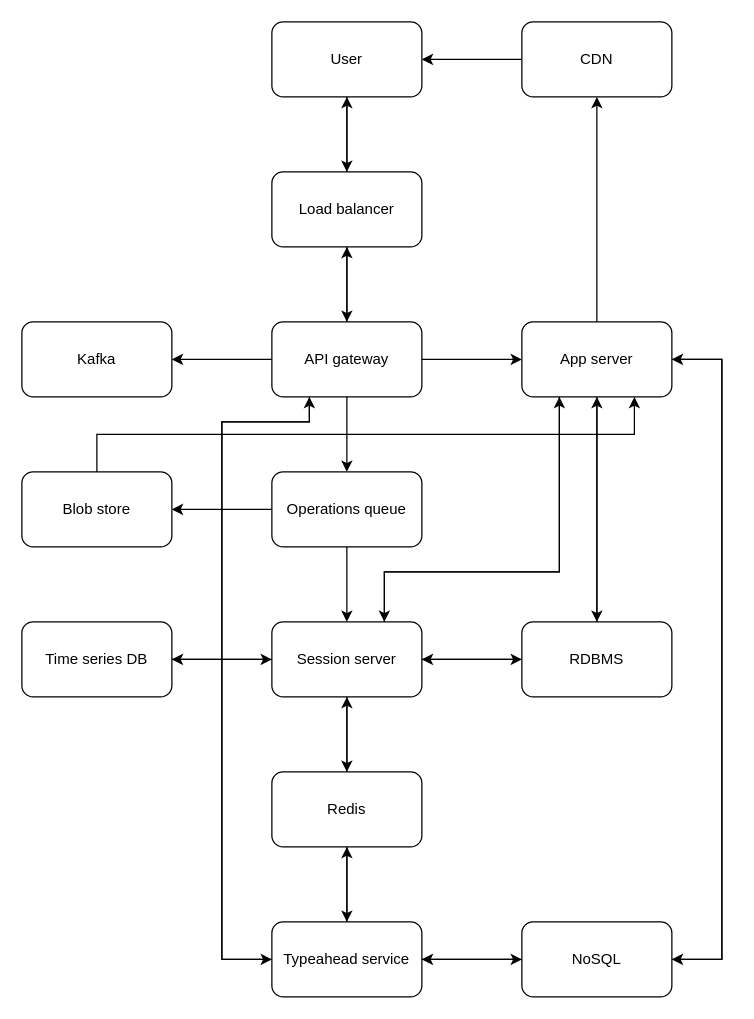
The draw.io diagram img/system-design/google-doc1.drawio in riehseun/riehseun.github.io, before the edit. Source tidied: cells renumbered, new cells numbered last; positions are measured from the earlier drawing's top-left corner, leaving out a move shared by most shapes. Both pictures are drawn from the tidied source at 125%, with x=0, y=0 at pixel (21, 21).
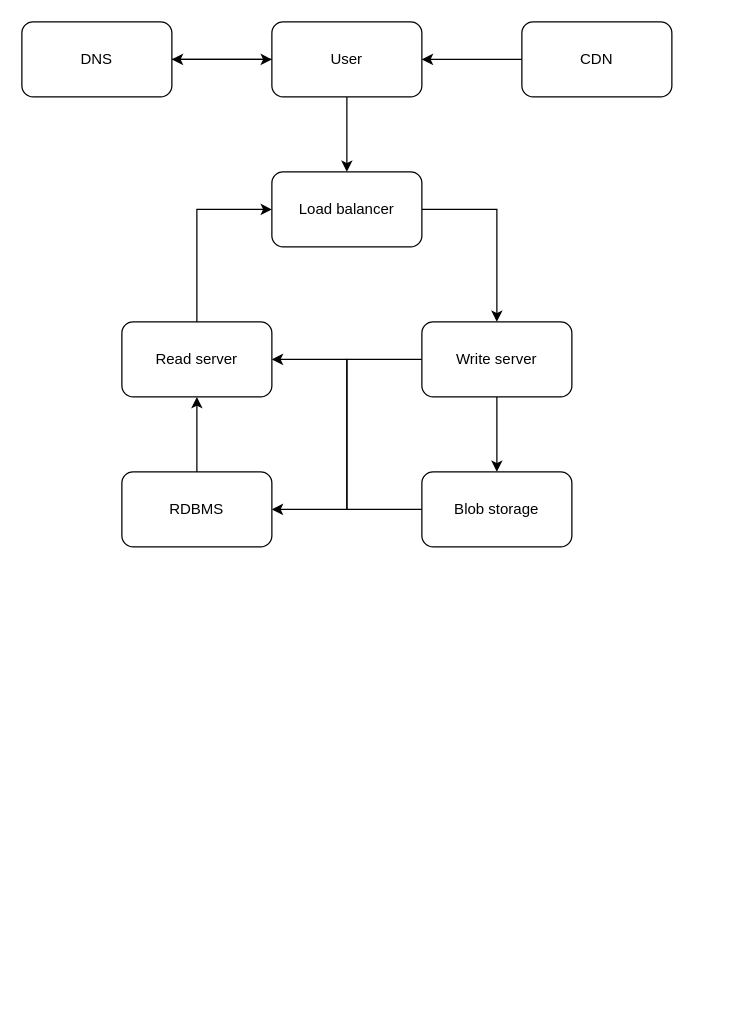
The same diagram, later.

Unchanged cells that the change refers to:
```xml
<mxCell id="12" value="User" style="rounded=1;whiteSpace=wrap;html=1;" parent="1" vertex="1">
  <mxGeometry x="200" width="120" height="60" as="geometry" />
</mxCell>
<mxCell id="29" value="CDN" style="rounded=1;whiteSpace=wrap;html=1;" parent="1" vertex="1">
  <mxGeometry x="400" width="120" height="60" as="geometry" />
</mxCell>
```

What changed in the source:
```diff
@@
-    <mxCell id="2" style="edgeStyle=orthogonalEdgeStyle;rounded=0;jettySize=auto;html=1;exitX=0.5;exitY=1;exitDx=0;exitDy=0;entryX=0.5;entryY=0;entryDx=0;entryDy=0;" parent="1" edge="1" source="4" target="10">
-      <mxGeometry relative="1" as="geometry" />
-    </mxCell>
-    <mxCell id="3" style="edgeStyle=orthogonalEdgeStyle;rounded=0;jettySize=auto;html=1;exitX=0.5;exitY=0;exitDx=0;exitDy=0;entryX=0.5;entryY=1;entryDx=0;entryDy=0;" parent="1" edge="1" source="4" target="12">
-      <mxGeometry relative="1" as="geometry" />
-    </mxCell>
-    <mxCell id="4" value="Load balancer" style="rounded=1;whiteSpace=wrap;html=1;" parent="1" vertex="1">
-      <mxGeometry x="200" y="120" width="120" height="60" as="geometry" />
-    </mxCell>
-    <mxCell id="5" style="edgeStyle=orthogonalEdgeStyle;rounded=0;jettySize=auto;html=1;exitX=0.5;exitY=0;exitDx=0;exitDy=0;entryX=0.5;entryY=1;entryDx=0;entryDy=0;" parent="1" edge="1" source="10" target="4">
-      <mxGeometry relative="1" as="geometry" />
-    </mxCell>
-    <mxCell id="6" style="edgeStyle=orthogonalEdgeStyle;rounded=0;jettySize=auto;html=1;exitX=0.5;exitY=1;exitDx=0;exitDy=0;entryX=0.5;entryY=0;entryDx=0;entryDy=0;" parent="1" edge="1" source="10" target="15">
-      <mxGeometry relative="1" as="geometry" />
-    </mxCell>
-    <mxCell id="7" style="edgeStyle=orthogonalEdgeStyle;rounded=0;jettySize=auto;html=1;exitX=0;exitY=0.5;exitDx=0;exitDy=0;entryX=1;entryY=0.5;entryDx=0;entryDy=0;" parent="1" edge="1" source="10" target="32">
-      <mxGeometry relative="1" as="geometry" />
-    </mxCell>
-    <mxCell id="8" style="edgeStyle=orthogonalEdgeStyle;rounded=0;jettySize=auto;html=1;exitX=1;exitY=0.5;exitDx=0;exitDy=0;entryX=0;entryY=0.5;entryDx=0;entryDy=0;" parent="1" edge="1" source="10" target="39">
-      <mxGeometry relative="1" as="geometry" />
-    </mxCell>
-    <mxCell id="9" style="edgeStyle=orthogonalEdgeStyle;rounded=0;jettySize=auto;html=1;exitX=0.25;exitY=1;exitDx=0;exitDy=0;entryX=0;entryY=0.5;entryDx=0;entryDy=0;" parent="1" edge="1" source="10" target="27">
-      <mxGeometry relative="1" as="geometry">
-        <Array as="points">
-          <mxPoint x="230" y="320" />
-          <mxPoint x="160" y="320" />
-          <mxPoint x="160" y="750" />
-        </Array>
-      </mxGeometry>
-    </mxCell>
-    <mxCell id="10" value="API gateway" style="rounded=1;whiteSpace=wrap;html=1;" parent="1" vertex="1">
-      <mxGeometry x="200" y="240" width="120" height="60" as="geometry" />
-    </mxCell>
+    <mxCell id="46" style="edgeStyle=orthogonalEdgeStyle;rounded=0;jettySize=auto;html=1;exitX=0;exitY=0.5;exitDx=0;exitDy=0;entryX=1;entryY=0.5;entryDx=0;entryDy=0;" parent="1" edge="1" source="12" target="48">
+      <mxGeometry relative="1" as="geometry" />
+    </mxCell>
@@
-    <mxCell id="13" style="edgeStyle=orthogonalEdgeStyle;rounded=0;jettySize=auto;html=1;exitX=0.5;exitY=1;exitDx=0;exitDy=0;entryX=0.5;entryY=0;entryDx=0;entryDy=0;" parent="1" edge="1" source="15" target="20">
-      <mxGeometry relative="1" as="geometry" />
-    </mxCell>
-    <mxCell id="14" style="edgeStyle=orthogonalEdgeStyle;rounded=0;jettySize=auto;html=1;exitX=0;exitY=0.5;exitDx=0;exitDy=0;entryX=1;entryY=0.5;entryDx=0;entryDy=0;" parent="1" edge="1" source="15" target="34">
-      <mxGeometry relative="1" as="geometry" />
-    </mxCell>
-    <mxCell id="15" value="Operations queue" style="rounded=1;whiteSpace=wrap;html=1;" parent="1" vertex="1">
-      <mxGeometry x="200" y="360" width="120" height="60" as="geometry" />
-    </mxCell>
-    <mxCell id="16" style="edgeStyle=orthogonalEdgeStyle;rounded=0;jettySize=auto;html=1;exitX=0.5;exitY=1;exitDx=0;exitDy=0;" parent="1" edge="1" source="20" target="23">
-      <mxGeometry relative="1" as="geometry" />
-    </mxCell>
-    <mxCell id="17" style="edgeStyle=orthogonalEdgeStyle;rounded=0;jettySize=auto;html=1;exitX=0;exitY=0.5;exitDx=0;exitDy=0;entryX=1;entryY=0.5;entryDx=0;entryDy=0;" parent="1" edge="1" source="20" target="31">
-      <mxGeometry relative="1" as="geometry" />
-    </mxCell>
-    <mxCell id="18" style="edgeStyle=orthogonalEdgeStyle;rounded=0;jettySize=auto;html=1;exitX=1;exitY=0.5;exitDx=0;exitDy=0;entryX=0;entryY=0.5;entryDx=0;entryDy=0;" parent="1" edge="1" source="20" target="45">
-      <mxGeometry relative="1" as="geometry" />
-    </mxCell>
-    <mxCell id="19" style="edgeStyle=orthogonalEdgeStyle;rounded=0;jettySize=auto;html=1;exitX=0.75;exitY=0;exitDx=0;exitDy=0;entryX=0.25;entryY=1;entryDx=0;entryDy=0;" parent="1" edge="1" source="20" target="39">
-      <mxGeometry relative="1" as="geometry">
-        <Array as="points">
-          <mxPoint x="290" y="440" />
-          <mxPoint x="430" y="440" />
-        </Array>
-      </mxGeometry>
-    </mxCell>
-    <mxCell id="20" value="Session server" style="rounded=1;whiteSpace=wrap;html=1;" parent="1" vertex="1">
-      <mxGeometry x="200" y="480" width="120" height="60" as="geometry" />
-    </mxCell>
-    <mxCell id="21" style="edgeStyle=orthogonalEdgeStyle;rounded=0;jettySize=auto;html=1;exitX=0.5;exitY=0;exitDx=0;exitDy=0;entryX=0.5;entryY=1;entryDx=0;entryDy=0;" parent="1" edge="1" source="23" target="20">
-      <mxGeometry relative="1" as="geometry" />
-    </mxCell>
-    <mxCell id="22" style="edgeStyle=orthogonalEdgeStyle;rounded=0;jettySize=auto;html=1;exitX=0.5;exitY=1;exitDx=0;exitDy=0;entryX=0.5;entryY=0;entryDx=0;entryDy=0;" parent="1" edge="1" source="23" target="27">
-      <mxGeometry relative="1" as="geometry" />
-    </mxCell>
-    <mxCell id="23" value="Redis" style="rounded=1;whiteSpace=wrap;html=1;" parent="1" vertex="1">
-      <mxGeometry x="200" y="600" width="120" height="60" as="geometry" />
-    </mxCell>
-    <mxCell id="24" style="edgeStyle=orthogonalEdgeStyle;rounded=0;jettySize=auto;html=1;exitX=0.5;exitY=0;exitDx=0;exitDy=0;entryX=0.5;entryY=1;entryDx=0;entryDy=0;" parent="1" edge="1" source="27" target="23">
-      <mxGeometry relative="1" as="geometry" />
-    </mxCell>
-    <mxCell id="25" style="edgeStyle=orthogonalEdgeStyle;rounded=0;jettySize=auto;html=1;exitX=1;exitY=0.5;exitDx=0;exitDy=0;entryX=0;entryY=0.5;entryDx=0;entryDy=0;" parent="1" edge="1" source="27" target="42">
-      <mxGeometry relative="1" as="geometry" />
-    </mxCell>
-    <mxCell id="26" style="edgeStyle=orthogonalEdgeStyle;rounded=0;jettySize=auto;html=1;exitX=0;exitY=0.5;exitDx=0;exitDy=0;entryX=0.25;entryY=1;entryDx=0;entryDy=0;" parent="1" edge="1" source="27" target="10">
-      <mxGeometry relative="1" as="geometry">
-        <Array as="points">
-          <mxPoint x="160" y="750" />
-          <mxPoint x="160" y="320" />
-          <mxPoint x="230" y="320" />
-        </Array>
-      </mxGeometry>
-    </mxCell>
-    <mxCell id="27" value="Typeahead service" style="rounded=1;whiteSpace=wrap;html=1;" parent="1" vertex="1">
-      <mxGeometry x="200" y="720" width="120" height="60" as="geometry" />
-    </mxCell>
@@
-    <mxCell id="30" style="edgeStyle=orthogonalEdgeStyle;rounded=0;jettySize=auto;html=1;exitX=1;exitY=0.5;exitDx=0;exitDy=0;entryX=0;entryY=0.5;entryDx=0;entryDy=0;" parent="1" edge="1" source="31" target="20">
-      <mxGeometry relative="1" as="geometry" />
-    </mxCell>
-    <mxCell id="31" value="Time series DB" style="rounded=1;whiteSpace=wrap;html=1;" parent="1" vertex="1">
-      <mxGeometry y="480" width="120" height="60" as="geometry" />
-    </mxCell>
-    <mxCell id="32" value="Kafka" style="rounded=1;whiteSpace=wrap;html=1;" parent="1" vertex="1">
-      <mxGeometry y="240" width="120" height="60" as="geometry" />
-    </mxCell>
-    <mxCell id="33" style="edgeStyle=orthogonalEdgeStyle;rounded=0;jettySize=auto;html=1;exitX=0.5;exitY=0;exitDx=0;exitDy=0;entryX=0.75;entryY=1;entryDx=0;entryDy=0;" parent="1" edge="1" source="34" target="39">
-      <mxGeometry relative="1" as="geometry" />
-    </mxCell>
-    <mxCell id="34" value="Blob store" style="rounded=1;whiteSpace=wrap;html=1;" parent="1" vertex="1">
-      <mxGeometry y="360" width="120" height="60" as="geometry" />
-    </mxCell>
-    <mxCell id="35" style="edgeStyle=orthogonalEdgeStyle;rounded=0;jettySize=auto;html=1;exitX=0.5;exitY=0;exitDx=0;exitDy=0;" parent="1" edge="1" source="39" target="29">
-      <mxGeometry relative="1" as="geometry" />
-    </mxCell>
-    <mxCell id="36" style="edgeStyle=orthogonalEdgeStyle;rounded=0;jettySize=auto;html=1;exitX=0.5;exitY=1;exitDx=0;exitDy=0;" parent="1" edge="1" source="39">
-      <mxGeometry relative="1" as="geometry">
-        <mxPoint x="460" y="480" as="targetPoint" />
-      </mxGeometry>
-    </mxCell>
-    <mxCell id="37" style="edgeStyle=orthogonalEdgeStyle;rounded=0;jettySize=auto;html=1;exitX=0.25;exitY=1;exitDx=0;exitDy=0;entryX=0.75;entryY=0;entryDx=0;entryDy=0;" parent="1" edge="1" source="39" target="20">
-      <mxGeometry relative="1" as="geometry">
-        <Array as="points">
-          <mxPoint x="430" y="440" />
-          <mxPoint x="290" y="440" />
-        </Array>
-      </mxGeometry>
-    </mxCell>
-    <mxCell id="38" style="edgeStyle=orthogonalEdgeStyle;rounded=0;jettySize=auto;html=1;exitX=1;exitY=0.5;exitDx=0;exitDy=0;entryX=1;entryY=0.5;entryDx=0;entryDy=0;" parent="1" edge="1" source="39" target="42">
-      <mxGeometry relative="1" as="geometry">
-        <Array as="points">
-          <mxPoint x="560" y="270" />
-          <mxPoint x="560" y="750" />
-        </Array>
-      </mxGeometry>
-    </mxCell>
-    <mxCell id="39" value="App server" style="rounded=1;whiteSpace=wrap;html=1;" parent="1" vertex="1">
-      <mxGeometry x="400" y="240" width="120" height="60" as="geometry" />
-    </mxCell>
-    <mxCell id="40" style="edgeStyle=orthogonalEdgeStyle;rounded=0;jettySize=auto;html=1;exitX=1;exitY=0.5;exitDx=0;exitDy=0;entryX=1;entryY=0.5;entryDx=0;entryDy=0;" parent="1" edge="1" source="42" target="39">
-      <mxGeometry relative="1" as="geometry">
-        <Array as="points">
-          <mxPoint x="560" y="750" />
-          <mxPoint x="560" y="270" />
-        </Array>
-      </mxGeometry>
-    </mxCell>
-    <mxCell id="41" style="edgeStyle=orthogonalEdgeStyle;rounded=0;jettySize=auto;html=1;exitX=0;exitY=0.5;exitDx=0;exitDy=0;entryX=1;entryY=0.5;entryDx=0;entryDy=0;" parent="1" edge="1" source="42" target="27">
-      <mxGeometry relative="1" as="geometry" />
-    </mxCell>
-    <mxCell id="42" value="NoSQL" style="rounded=1;whiteSpace=wrap;html=1;" parent="1" vertex="1">
-      <mxGeometry x="400" y="720" width="120" height="60" as="geometry" />
-    </mxCell>
-    <mxCell id="43" style="edgeStyle=orthogonalEdgeStyle;rounded=0;jettySize=auto;html=1;exitX=0;exitY=0.5;exitDx=0;exitDy=0;entryX=1;entryY=0.5;entryDx=0;entryDy=0;" parent="1" edge="1" source="45" target="20">
-      <mxGeometry relative="1" as="geometry" />
-    </mxCell>
-    <mxCell id="44" style="edgeStyle=orthogonalEdgeStyle;rounded=0;jettySize=auto;html=1;exitX=0.5;exitY=0;exitDx=0;exitDy=0;entryX=0.5;entryY=1;entryDx=0;entryDy=0;" parent="1" edge="1" source="45" target="39">
-      <mxGeometry relative="1" as="geometry" />
-    </mxCell>
+    <mxCell id="47" style="edgeStyle=orthogonalEdgeStyle;rounded=0;jettySize=auto;html=1;exitX=1;exitY=0.5;exitDx=0;exitDy=0;entryX=0;entryY=0.5;entryDx=0;entryDy=0;" parent="1" edge="1" source="48" target="12">
+      <mxGeometry relative="1" as="geometry" />
+    </mxCell>
+    <mxCell id="48" value="DNS" style="rounded=1;whiteSpace=wrap;html=1;" parent="1" vertex="1">
+      <mxGeometry width="120" height="60" as="geometry" />
+    </mxCell>
+    <mxCell id="49" style="edgeStyle=orthogonalEdgeStyle;rounded=0;jettySize=auto;html=1;exitX=1;exitY=0.5;exitDx=0;exitDy=0;" parent="1" edge="1" source="4" target="54">
+      <mxGeometry relative="1" as="geometry" />
+    </mxCell>
+    <mxCell id="4" value="Load balancer" style="rounded=1;whiteSpace=wrap;html=1;" parent="1" vertex="1">
+      <mxGeometry x="200" y="120" width="120" height="60" as="geometry" />
+    </mxCell>
+    <mxCell id="50" style="edgeStyle=orthogonalEdgeStyle;rounded=0;jettySize=auto;html=1;exitX=0.5;exitY=0;exitDx=0;exitDy=0;entryX=0;entryY=0.5;entryDx=0;entryDy=0;" parent="1" edge="1" source="51" target="4">
+      <mxGeometry relative="1" as="geometry" />
+    </mxCell>
+    <mxCell id="51" value="Read server" style="rounded=1;whiteSpace=wrap;html=1;" parent="1" vertex="1">
+      <mxGeometry x="80" y="240" width="120" height="60" as="geometry" />
+    </mxCell>
+    <mxCell id="52" style="edgeStyle=orthogonalEdgeStyle;rounded=0;jettySize=auto;html=1;exitX=0;exitY=0.5;exitDx=0;exitDy=0;entryX=1;entryY=0.5;entryDx=0;entryDy=0;" parent="1" edge="1" source="54" target="45">
+      <mxGeometry relative="1" as="geometry" />
+    </mxCell>
+    <mxCell id="53" style="edgeStyle=orthogonalEdgeStyle;rounded=0;jettySize=auto;html=1;exitX=0.5;exitY=1;exitDx=0;exitDy=0;entryX=0.5;entryY=0;entryDx=0;entryDy=0;" parent="1" edge="1" source="54" target="57">
+      <mxGeometry relative="1" as="geometry" />
+    </mxCell>
+    <mxCell id="54" value="Write server" style="rounded=1;whiteSpace=wrap;html=1;" parent="1" vertex="1">
+      <mxGeometry x="320" y="240" width="120" height="60" as="geometry" />
+    </mxCell>
+    <mxCell id="55" style="edgeStyle=orthogonalEdgeStyle;rounded=0;jettySize=auto;html=1;exitX=0.5;exitY=0;exitDx=0;exitDy=0;entryX=0.5;entryY=1;entryDx=0;entryDy=0;" parent="1" edge="1" source="45" target="51">
+      <mxGeometry relative="1" as="geometry" />
+    </mxCell>
     <mxCell id="45" value="RDBMS" style="rounded=1;whiteSpace=wrap;html=1;" parent="1" vertex="1">
-      <mxGeometry x="400" y="480" width="120" height="60" as="geometry" />
+      <mxGeometry x="80" y="360" width="120" height="60" as="geometry" />
     </mxCell>
+    <mxCell id="56" style="edgeStyle=orthogonalEdgeStyle;rounded=0;jettySize=auto;html=1;exitX=0;exitY=0.5;exitDx=0;exitDy=0;entryX=1;entryY=0.5;entryDx=0;entryDy=0;" parent="1" edge="1" source="57" target="51">
+      <mxGeometry relative="1" as="geometry" />
+    </mxCell>
+    <mxCell id="57" value="Blob storage" style="rounded=1;whiteSpace=wrap;html=1;" parent="1" vertex="1">
+      <mxGeometry x="320" y="360" width="120" height="60" as="geometry" />
+    </mxCell>
```
